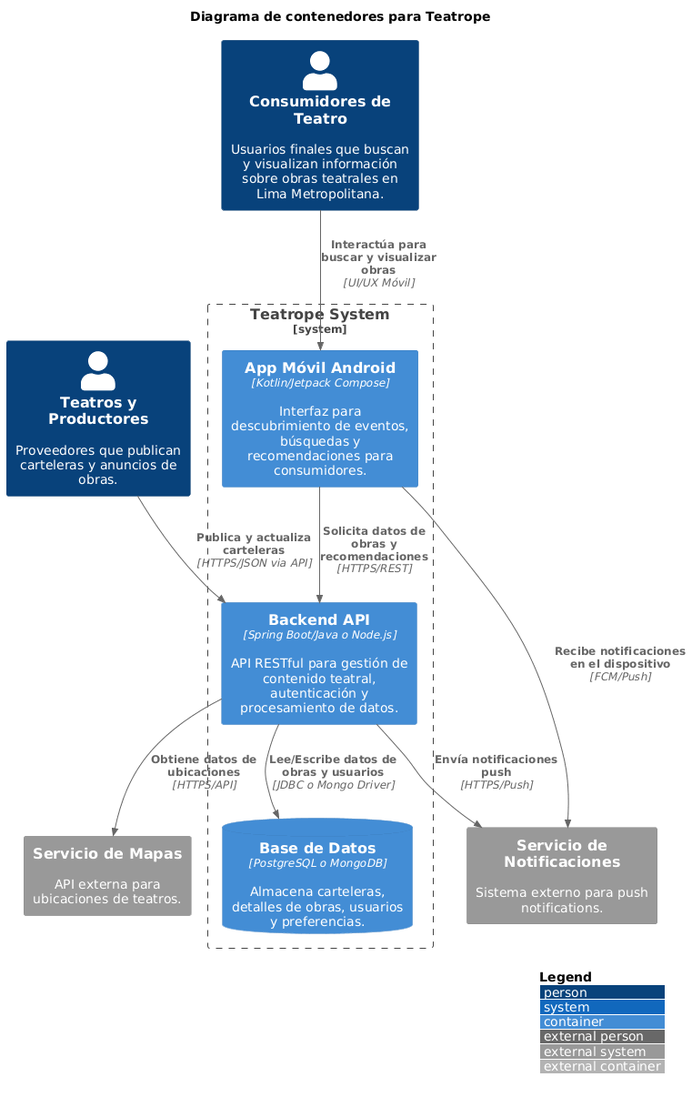
Above: resources/c4/container_diagram.png in teatrope/Project-Report (PlantUML), before the change.
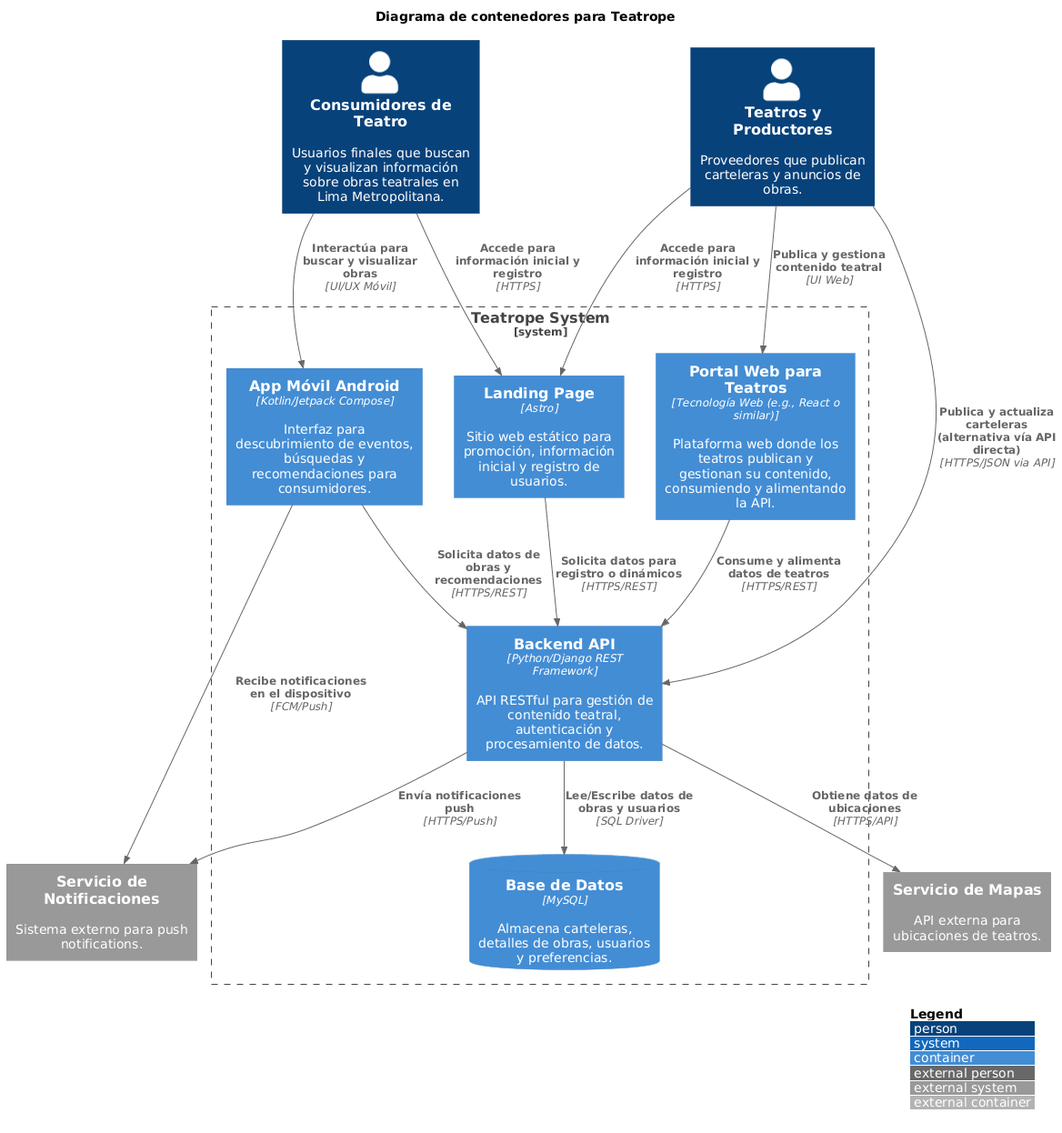
After the commit.

Commit message:
docs: Update 2.5.3 Software Architecture c4 container and deployment diagrams

The edit, as a diff of the source:
```diff
@@ -9,15 +9,22 @@
 System_Ext(NotificationService, "Servicio de Notificaciones", "Sistema externo para push notifications.")
 
 System_Boundary(TeatropeBoundary, "Teatrope System") {
+    Container(LandingPage, "Landing Page", "Astro", "Sitio web estático para promoción, información inicial y registro de usuarios.")
+    Container(WebPortal, "Portal Web para Teatros", "Tecnología Web (e.g., React o similar)", "Plataforma web donde los teatros publican y gestionan su contenido, consumiendo y alimentando la API.")
     Container(MobileApp, "App Móvil Android", "Kotlin/Jetpack Compose", "Interfaz para descubrimiento de eventos, búsquedas y recomendaciones para consumidores.")
-    Container(BackendAPI, "Backend API", "Spring Boot/Java o Node.js", "API RESTful para gestión de contenido teatral, autenticación y procesamiento de datos.")
-    ContainerDb(Database, "Base de Datos", "PostgreSQL o MongoDB", "Almacena carteleras, detalles de obras, usuarios y preferencias.")
+    Container(BackendAPI, "Backend API", "Python/Django REST Framework", "API RESTful para gestión de contenido teatral, autenticación y procesamiento de datos.")
+    ContainerDb(Database, "Base de Datos", "MySQL", "Almacena carteleras, detalles de obras, usuarios y preferencias.")
 }
 
+Rel(Consumers, LandingPage, "Accede para información inicial y registro", "HTTPS")
+Rel(Theaters, LandingPage, "Accede para información inicial y registro", "HTTPS")
+Rel(LandingPage, BackendAPI, "Solicita datos para registro o dinámicos", "HTTPS/REST")
+Rel(Theaters, WebPortal, "Publica y gestiona contenido teatral", "UI Web")
+Rel(WebPortal, BackendAPI, "Consume y alimenta datos de teatros", "HTTPS/REST")
 Rel(Consumers, MobileApp, "Interactúa para buscar y visualizar obras", "UI/UX Móvil")
-Rel(Theaters, BackendAPI, "Publica y actualiza carteleras", "HTTPS/JSON via API")
+Rel(Theaters, BackendAPI, "Publica y actualiza carteleras (alternativa vía API directa)", "HTTPS/JSON via API")
 Rel(MobileApp, BackendAPI, "Solicita datos de obras y recomendaciones", "HTTPS/REST")
-Rel(BackendAPI, Database, "Lee/Escribe datos de obras y usuarios", "JDBC o Mongo Driver")
+Rel(BackendAPI, Database, "Lee/Escribe datos de obras y usuarios", "SQL Driver")
 Rel(BackendAPI, MapsAPI, "Obtiene datos de ubicaciones", "HTTPS/API")
 Rel(BackendAPI, NotificationService, "Envía notificaciones push", "HTTPS/Push")
 Rel(MobileApp, NotificationService, "Recibe notificaciones en el dispositivo", "FCM/Push")
```
